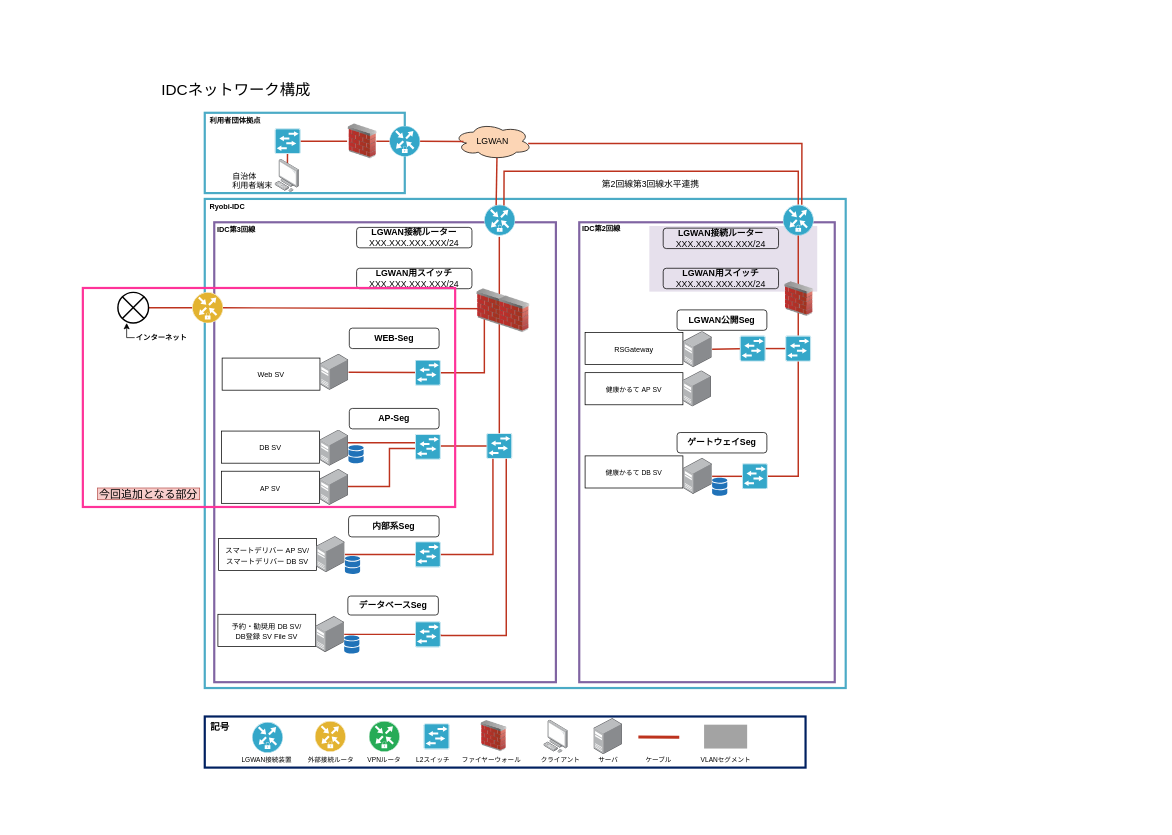
cloud-kenko-ryobi/drawio keeps this draw.io diagram as lgwan-asp.drawio. Above is the earlier version. Source tidied: cells renumbered, new cells numbered last; positions are measured from the earlier drawing's top-left corner, leaving out a move shared by most shapes. Both pictures are drawn from the tidied source at 73%, with x=0, y=0 at pixel (12, 12).
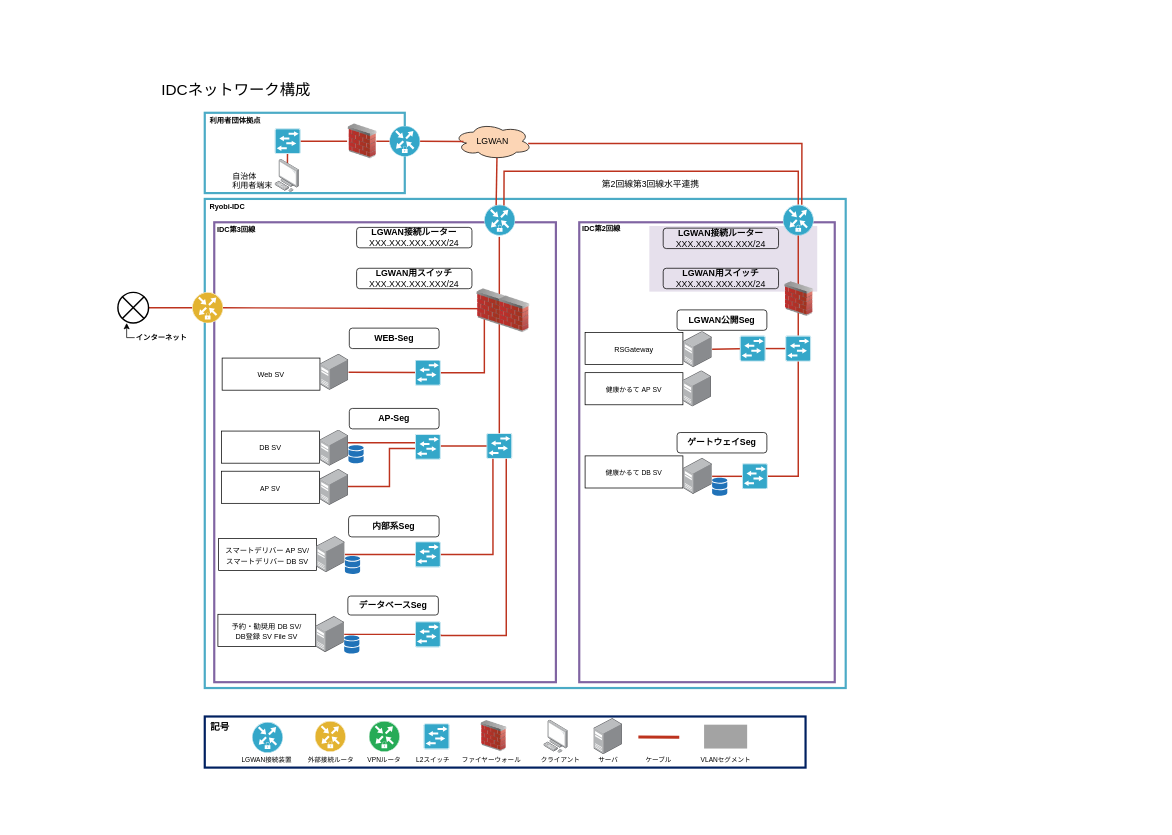
The same page after the edit.

Change to the diagram source:
```diff
@@
-    <mxCell id="123" value="今回追加となる部分" style="text;html=1;strokeColor=#b85450;fillColor=#f8cecc;align=center;verticalAlign=middle;whiteSpace=wrap;rounded=0;fontSize=15;" parent="24" vertex="1">
-      <mxGeometry x="116" y="651" width="140" height="16" as="geometry" />
-    </mxCell>
-    <mxCell id="124" style="rounded=0;whiteSpace=wrap;html=1;gradientColor=#d5739d;fillColor=none;strokeColor=#FF3399;strokeWidth=3;" parent="24" vertex="1">
-      <mxGeometry x="96" y="377" width="510" height="300" as="geometry" />
-    </mxCell>
```
